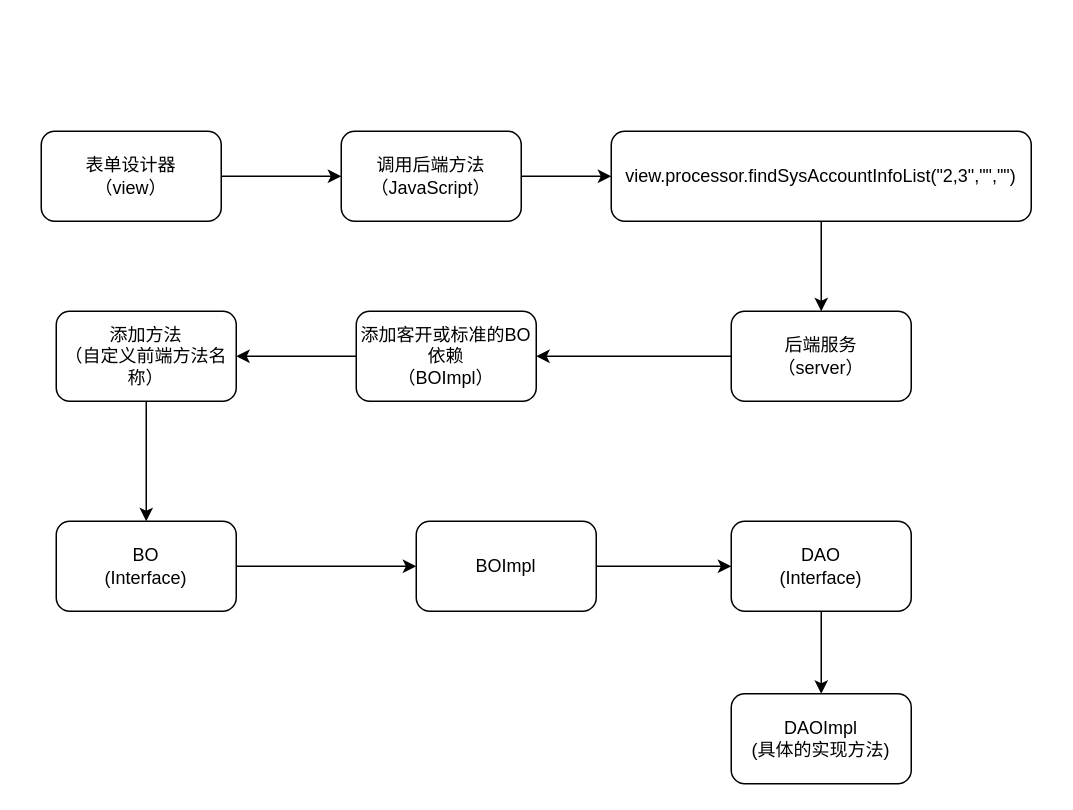
linrushao/drawing keeps this draw.io diagram as viewHigh.drawio. Above is the earlier version. Source tidied: cells renumbered, new cells numbered last; positions are measured from the earlier drawing's top-left corner, leaving out a move shared by most shapes. Both pictures are drawn from the tidied source at 150%, with x=0, y=0 at pixel (40, 130).
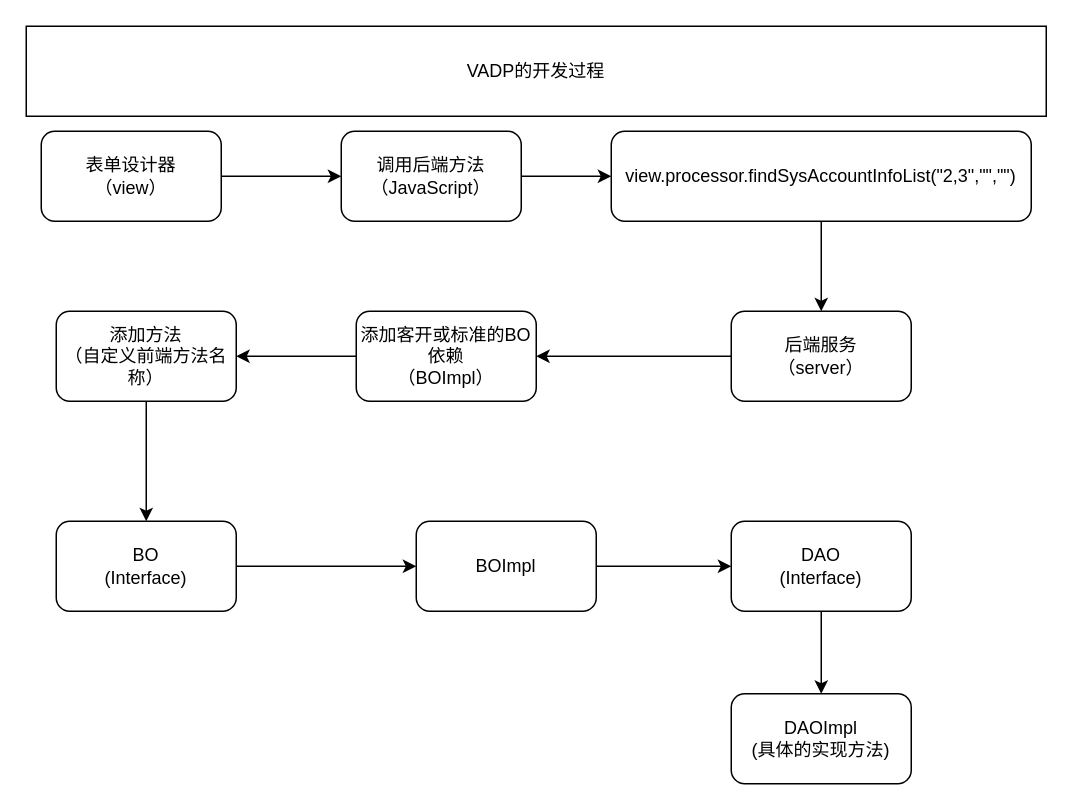
After the change.

Diff of the diagram source:
```diff
@@
+    <mxCell id="21" value="VADP的开发过程" style="rounded=0;whiteSpace=wrap;html=1;" parent="1" vertex="1">
+      <mxGeometry x="-10" y="-70" width="680" height="60" as="geometry" />
+    </mxCell>
```
